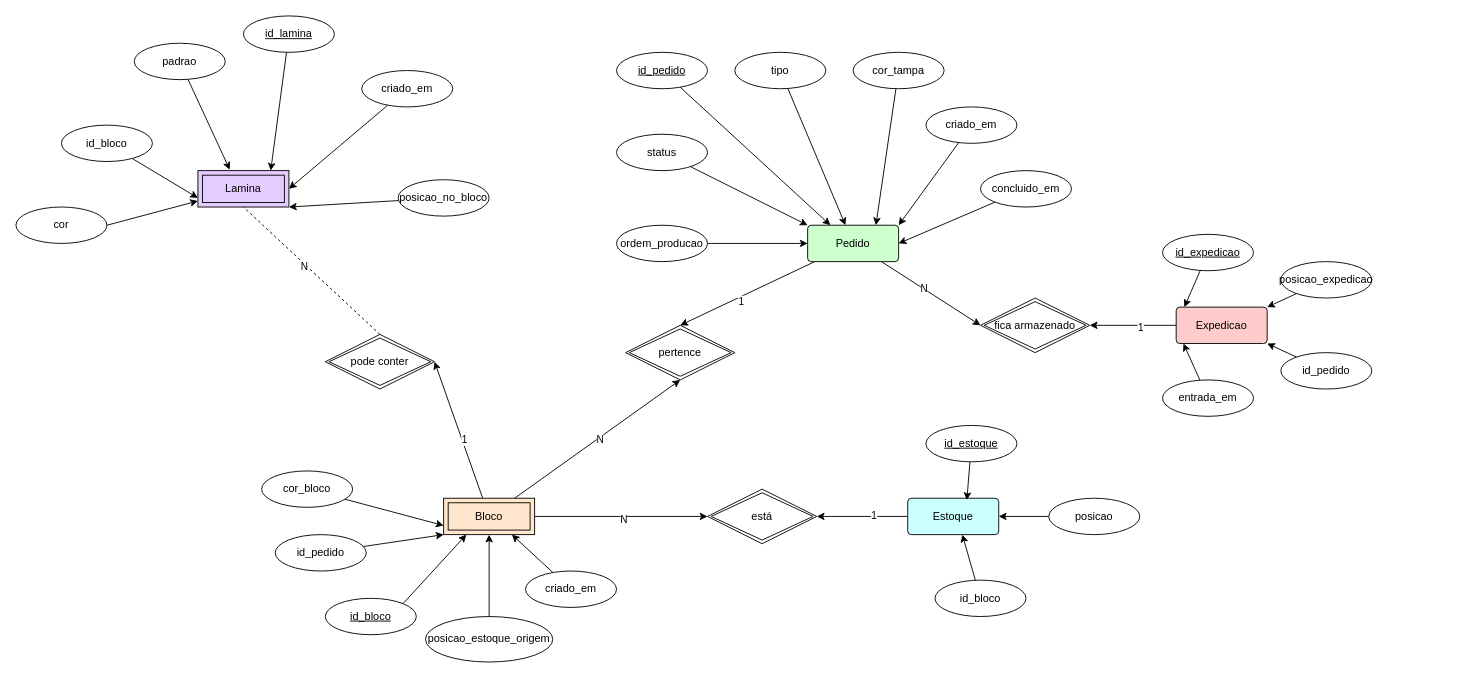
This is smart/src/main/resources/static/DER.drawio from braianhoeltgebaum-senai/SA-tecdes-1, a draw.io file, before an edit. Source tidied: cells renumbered, new cells numbered last; positions are measured from the earlier drawing's top-left corner, leaving out a move shared by most shapes. Both pictures are drawn from the tidied source at 91%, with x=0, y=0 at pixel (15, 15).
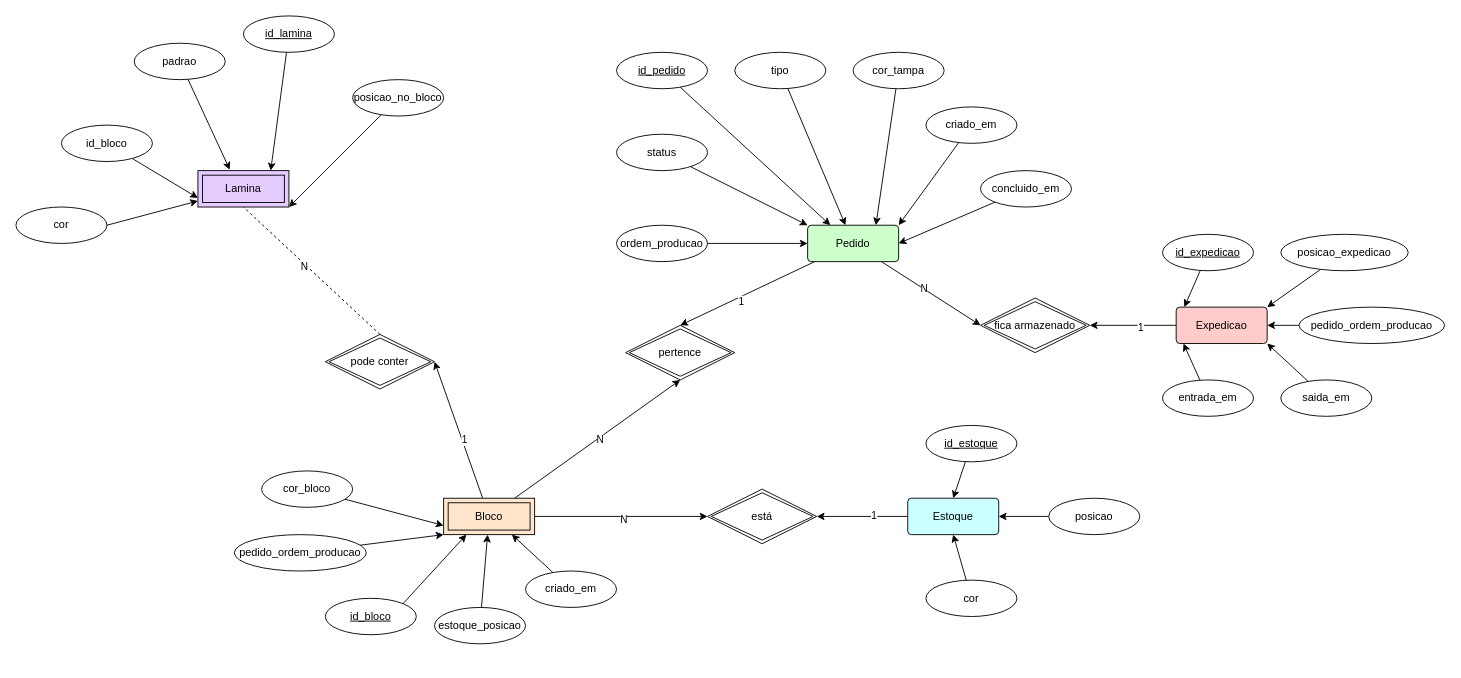
The same diagram, later.

The change refers to these unchanged cells:
```xml
<mxCell id="4" value="Expedicao" style="rounded=1;arcSize=10;whiteSpace=wrap;html=1;align=center;fillColor=#FFCCCC;" parent="1" vertex="1">
  <mxGeometry x="1275" y="320" width="100" height="40" as="geometry" />
</mxCell>
<mxCell id="7" value="Estoque" style="rounded=1;arcSize=10;whiteSpace=wrap;html=1;align=center;fillColor=#CCFFFF;" parent="1" vertex="1">
  <mxGeometry x="980" y="530" width="100" height="40" as="geometry" />
</mxCell>
<mxCell id="13" value="Lamina" style="shape=ext;margin=3;double=1;whiteSpace=wrap;html=1;align=center;fillColor=#E5CCFF;" parent="1" vertex="1">
  <mxGeometry x="200" y="170" width="100" height="40" as="geometry" />
</mxCell>
<mxCell id="20" value="Bloco" style="shape=ext;margin=3;double=1;whiteSpace=wrap;html=1;align=center;fillColor=#FFE6CC;" parent="1" vertex="1">
  <mxGeometry x="470" y="530" width="100" height="40" as="geometry" />
</mxCell>
<mxCell id="57" value="id_estoque" style="ellipse;whiteSpace=wrap;html=1;align=center;fontStyle=4;" parent="1" vertex="1">
  <mxGeometry x="1000" y="450" width="100" height="40" as="geometry" />
</mxCell>
```

What changed in the source:
```diff
@@
-    <mxCell id="38" value="id_pedido" style="ellipse;whiteSpace=wrap;html=1;align=center;" parent="1" vertex="1">
-      <mxGeometry x="285" y="570" width="100" height="40" as="geometry" />
+    <mxCell id="38" value="pedido_ordem_producao" style="ellipse;whiteSpace=wrap;html=1;align=center;" parent="1" vertex="1">
+      <mxGeometry x="240" y="570" width="145" height="40" as="geometry" />
     </mxCell>
-    <mxCell id="39" style="edgeStyle=none;html=1;entryX=0.5;entryY=1;entryDx=0;entryDy=0;" parent="1" edge="1" source="40" target="20">
-      <mxGeometry relative="1" as="geometry" />
-    </mxCell>
-    <mxCell id="40" value="posicao_estoque_origem" style="ellipse;whiteSpace=wrap;html=1;align=center;" parent="1" vertex="1">
-      <mxGeometry x="450" y="660" width="140" height="50" as="geometry" />
-    </mxCell>
@@
     <mxCell id="53" value="posicao_no_bloco" style="ellipse;whiteSpace=wrap;html=1;align=center;" parent="1" vertex="1">
-      <mxGeometry x="420" y="180" width="100" height="40" as="geometry" />
+      <mxGeometry x="370" y="70" width="100" height="40" as="geometry" />
     </mxCell>
-    <mxCell id="54" style="edgeStyle=none;html=1;entryX=1;entryY=0.5;entryDx=0;entryDy=0;" parent="1" edge="1" source="55" target="13">
-      <mxGeometry relative="1" as="geometry" />
-    </mxCell>
-    <mxCell id="55" value="criado_em" style="ellipse;whiteSpace=wrap;html=1;align=center;" parent="1" vertex="1">
-      <mxGeometry x="380" y="60" width="100" height="40" as="geometry" />
-    </mxCell>
@@
-    <mxCell id="58" value="id_bloco" style="ellipse;whiteSpace=wrap;html=1;align=center;" parent="1" vertex="1">
-      <mxGeometry x="1010" y="620" width="100" height="40" as="geometry" />
-    </mxCell>
@@
-    <mxCell id="61" style="edgeStyle=none;html=1;entryX=0.65;entryY=0.05;entryDx=0;entryDy=0;entryPerimeter=0;" parent="1" edge="1" source="57" target="7">
+    <mxCell id="61" style="edgeStyle=none;html=1;entryX=0.5;entryY=0;entryDx=0;entryDy=0;" parent="1" edge="1" source="57" target="7">
       <mxGeometry relative="1" as="geometry" />
     </mxCell>
-    <mxCell id="62" style="edgeStyle=none;html=1;entryX=0.6;entryY=1;entryDx=0;entryDy=0;entryPerimeter=0;" parent="1" edge="1" source="58" target="7">
-      <mxGeometry relative="1" as="geometry" />
-    </mxCell>
@@
     <mxCell id="66" value="posicao_expedicao" style="ellipse;whiteSpace=wrap;html=1;align=center;" parent="1" vertex="1">
-      <mxGeometry x="1390" y="270" width="100" height="40" as="geometry" />
+      <mxGeometry x="1390" y="240" width="140" height="40" as="geometry" />
     </mxCell>
-    <mxCell id="67" style="edgeStyle=none;html=1;entryX=1;entryY=1;entryDx=0;entryDy=0;" parent="1" edge="1" source="68" target="4">
+    <mxCell id="67" style="edgeStyle=none;html=1;entryX=1;entryY=0.5;entryDx=0;entryDy=0;" parent="1" edge="1" source="68" target="4">
       <mxGeometry relative="1" as="geometry" />
     </mxCell>
-    <mxCell id="68" value="id_pedido" style="ellipse;whiteSpace=wrap;html=1;align=center;" parent="1" vertex="1">
-      <mxGeometry x="1390" y="370" width="100" height="40" as="geometry" />
+    <mxCell id="68" value="pedido_ordem_producao" style="ellipse;whiteSpace=wrap;html=1;align=center;" parent="1" vertex="1">
+      <mxGeometry x="1410" y="320" width="160" height="40" as="geometry" />
     </mxCell>
@@
+    <mxCell id="77" style="edgeStyle=none;html=1;entryX=1;entryY=1;entryDx=0;entryDy=0;" parent="1" edge="1" source="78" target="4">
+      <mxGeometry relative="1" as="geometry" />
+    </mxCell>
+    <mxCell id="78" value="saida_em" style="ellipse;whiteSpace=wrap;html=1;align=center;" parent="1" vertex="1">
+      <mxGeometry x="1390" y="400" width="100" height="40" as="geometry" />
+    </mxCell>
+    <mxCell id="79" style="edgeStyle=none;html=1;" parent="1" edge="1" source="80" target="20">
+      <mxGeometry relative="1" as="geometry" />
+    </mxCell>
+    <mxCell id="80" value="estoque_posicao" style="ellipse;whiteSpace=wrap;html=1;align=center;" parent="1" vertex="1">
+      <mxGeometry x="460" y="650" width="100" height="40" as="geometry" />
+    </mxCell>
+    <mxCell id="81" style="edgeStyle=none;html=1;entryX=0.5;entryY=1;entryDx=0;entryDy=0;" parent="1" edge="1" source="82" target="7">
+      <mxGeometry relative="1" as="geometry" />
+    </mxCell>
+    <mxCell id="82" value="cor" style="ellipse;whiteSpace=wrap;html=1;align=center;" parent="1" vertex="1">
+      <mxGeometry x="1000" y="620" width="100" height="40" as="geometry" />
+    </mxCell>
```
